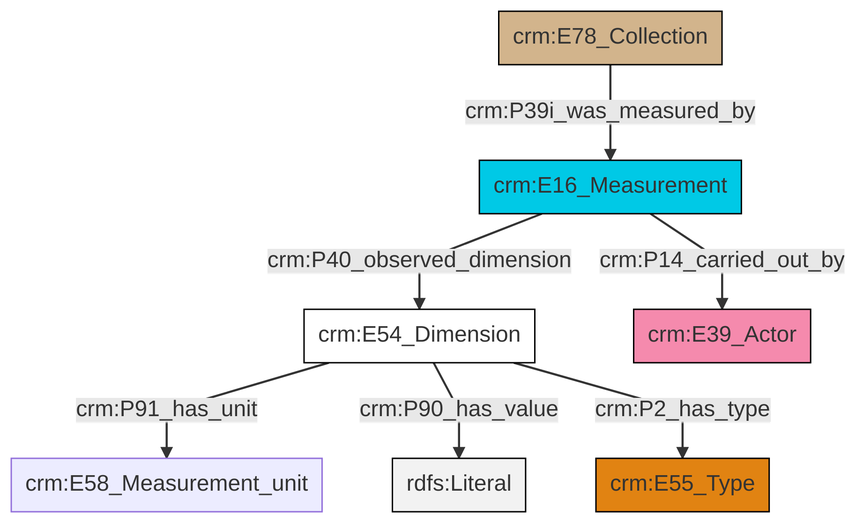
Earlier version of the Mermaid export et/archivalCSV/ttl/mmd/png/archival_substance.png (swiss-art-research-net/docs.swissartresearch). Its source is kept beside it as et/archivalCSV/ttl/mmd/archival_substance.ttl.mmd.
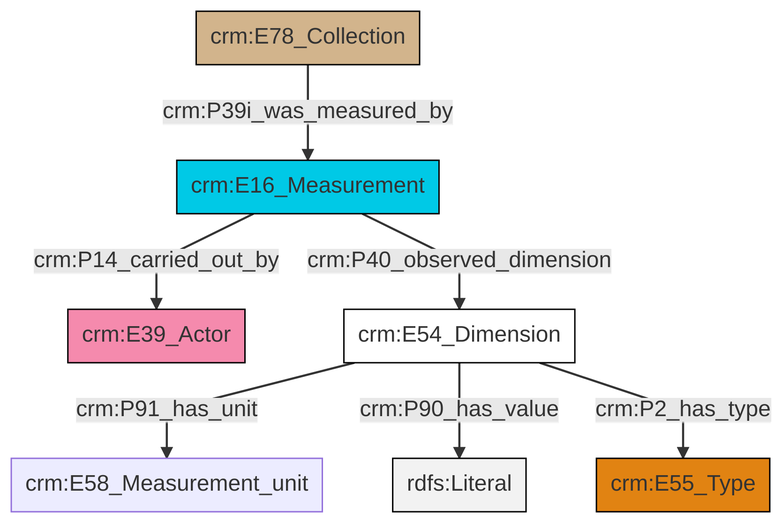
The same file after the commit.

Change to the diagram source:
```diff
@@ -13,9 +13,9 @@
 classDef PC_Classes fill:#4ce600, stroke:#000000;
 classDef Multi fill:#cccccc,stroke:#000000;
 
-0["crm:E54_Dimension"]:::CRM_Entity -->|crm:P91_has_unit| 4["crm:E58_Measurement_unit"]:::Default
-6["crm:E16_Measurement"]:::Temporal_Entity -->|crm:P40_observed_dimension| 0["crm:E54_Dimension"]:::CRM_Entity
-8["crm:E78_Collection"]:::Physical_Thing -->|crm:P39i_was_measured_by| 6["crm:E16_Measurement"]:::Temporal_Entity
-0["crm:E54_Dimension"]:::CRM_Entity -->|crm:P90_has_value| 10[rdfs:Literal]:::Literal
-6["crm:E16_Measurement"]:::Temporal_Entity -->|crm:P14_carried_out_by| 2["crm:E39_Actor"]:::Actor
-0["crm:E54_Dimension"]:::CRM_Entity -->|crm:P2_has_type| 11["crm:E55_Type"]:::Type
+0["crm:E16_Measurement"]:::Temporal_Entity -->|crm:P14_carried_out_by| 1["crm:E39_Actor"]:::Actor
+0["crm:E16_Measurement"]:::Temporal_Entity -->|crm:P40_observed_dimension| 3["crm:E54_Dimension"]:::CRM_Entity
+3["crm:E54_Dimension"]:::CRM_Entity -->|crm:P91_has_unit| 5["crm:E58_Measurement_unit"]:::Default
+3["crm:E54_Dimension"]:::CRM_Entity -->|crm:P90_has_value| 7[rdfs:Literal]:::Literal
+8["crm:E78_Collection"]:::Physical_Thing -->|crm:P39i_was_measured_by| 0["crm:E16_Measurement"]:::Temporal_Entity
+3["crm:E54_Dimension"]:::CRM_Entity -->|crm:P2_has_type| 10["crm:E55_Type"]:::Type
```
